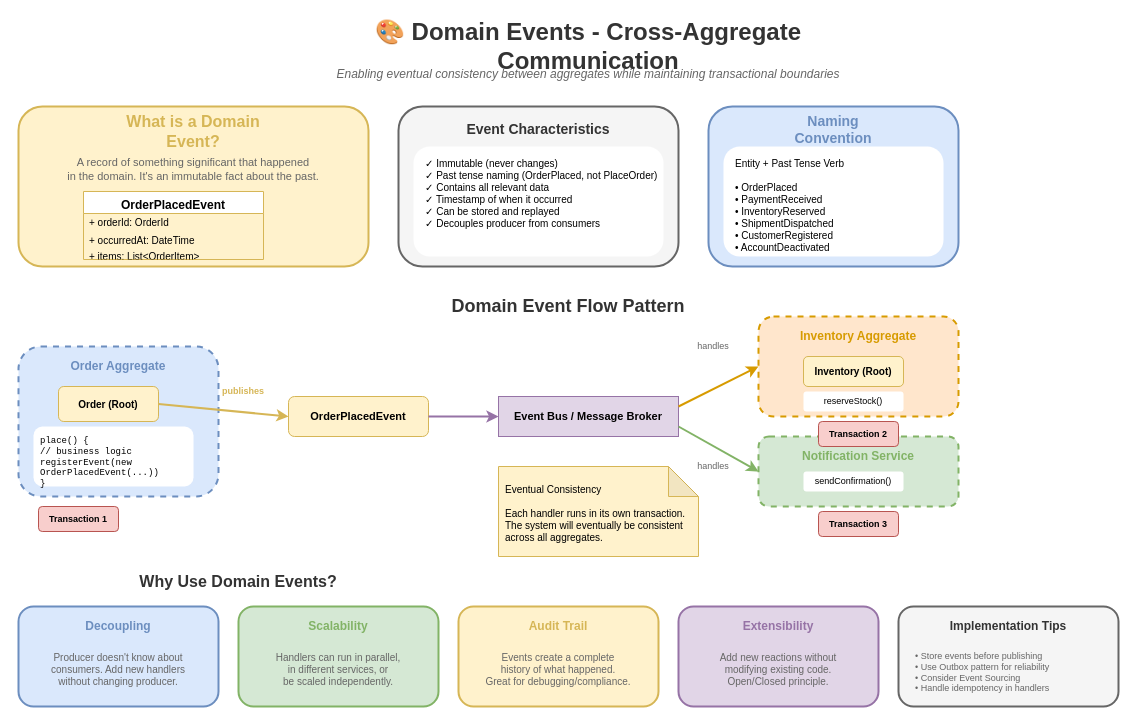
The draw.io diagram lesson-01-software-design-architecture/diagrams/1.5.4-ddd-domain-events.drawio in MrParkerZ7/document-lesson-software-architect-x-claude, before the edit. Source tidied: cells renumbered, new cells numbered last; positions are measured from the earlier drawing's top-left corner, leaving out a move shared by most shapes. Both pictures are drawn from the tidied source at 100%, with x=0, y=0 at pixel (18, 26).
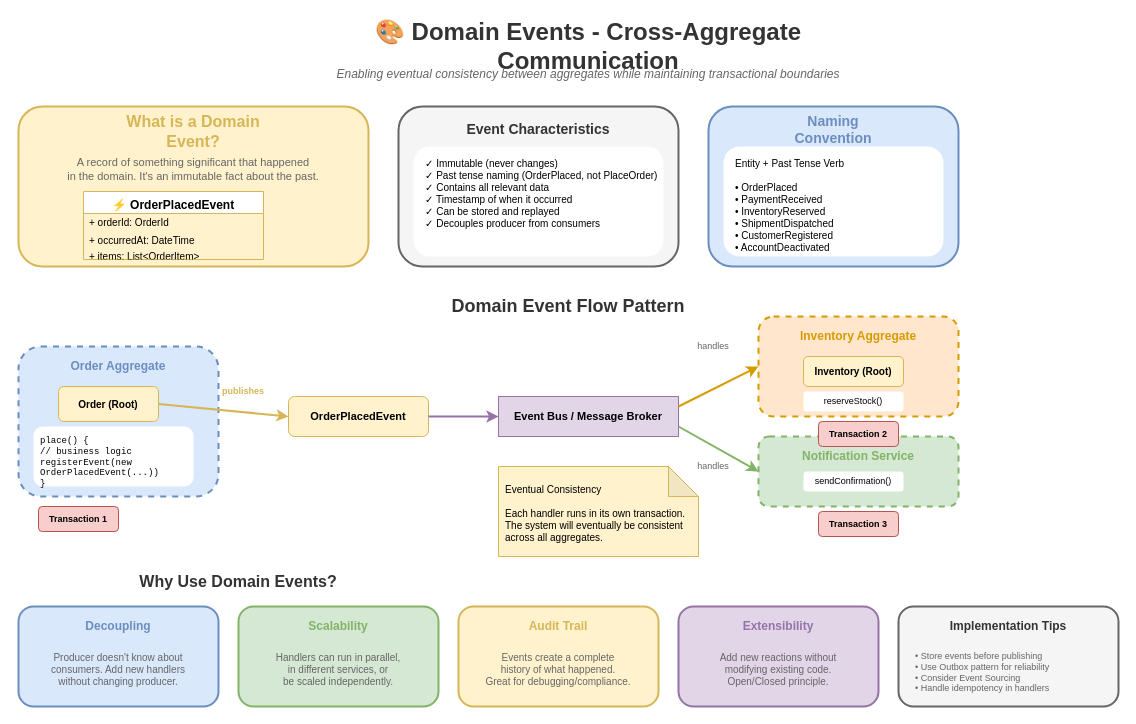
The same page after the edit.

Diff of the diagram source:
```diff
@@
-    <mxCell id="7" value="OrderPlacedEvent" style="swimlane;fontStyle=1;align=center;verticalAlign=top;horizontal=1;startSize=22;fillColor=#ffffff;strokeColor=#d6b656;" parent="1" vertex="1">
+    <mxCell id="7" value="⚡ OrderPlacedEvent" style="swimlane;fontStyle=1;align=center;verticalAlign=top;horizontal=1;startSize=22;fillColor=#ffffff;strokeColor=#d6b656;" parent="1" vertex="1">
       <mxGeometry x="65" y="165" width="180" height="68" as="geometry" />
     </mxCell>
```
